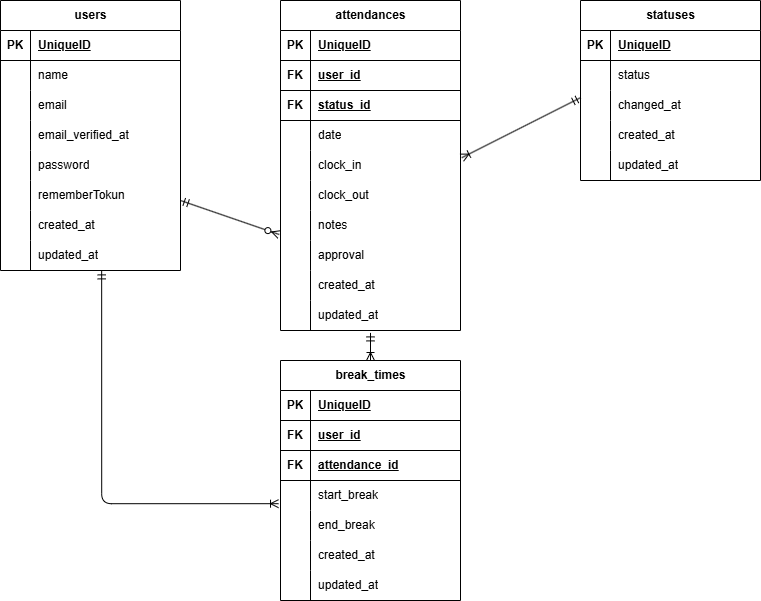
kenta-10043/attendance_management keeps this draw.io diagram as attendance.drawio.png. Above is the earlier version. Source tidied: cells renumbered, new cells last; positions are measured from the earlier drawing's top-left corner, leaving out a move shared by most shapes.
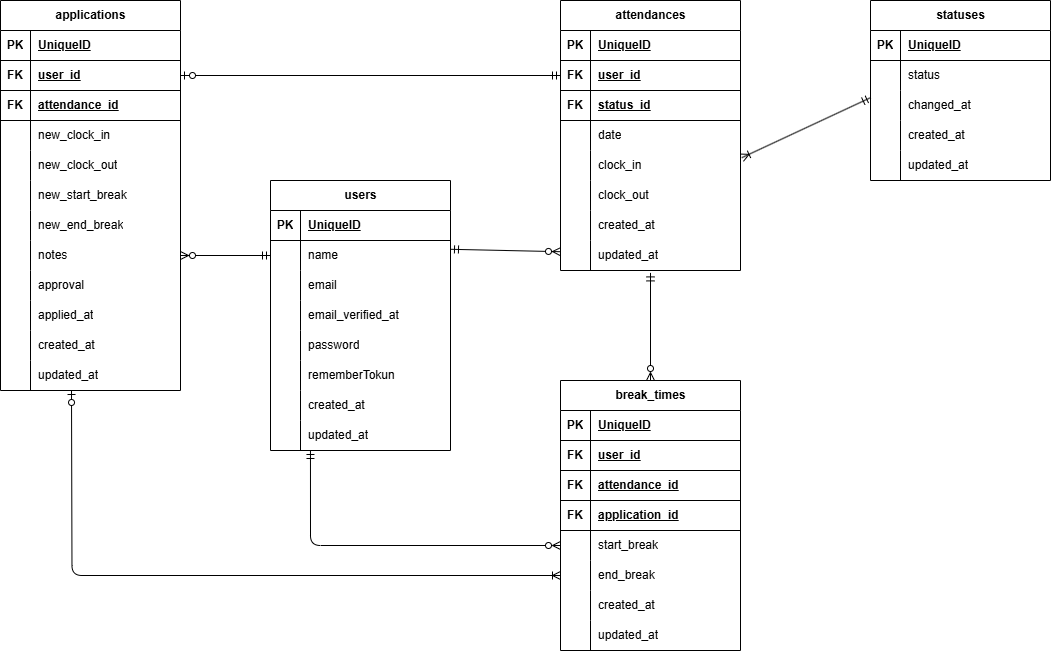
Above is the later version.

What changed in the source:
```diff
@@ -5,3 +5,3 @@
     <mxCell id="2" value="users" style="shape=table;startSize=30;rowLines=0;fontStyle=1;align=center;html=1;" parent="1" vertex="1">
-      <mxGeometry width="180" height="270" as="geometry" />
+      <mxGeometry x="210" y="180" width="180" height="270" as="geometry" />
     </mxCell>
@@ -80,3 +80,3 @@
     <mxCell id="27" value="attendances" style="shape=table;startSize=30;rowLines=0;fontStyle=1;align=center;html=1;" parent="1" vertex="1">
-      <mxGeometry x="280" width="180" height="330" as="geometry" />
+      <mxGeometry x="500" width="180" height="270" as="geometry" />
     </mxCell>
@@ -136,22 +136,4 @@
     </mxCell>
-    <mxCell id="46" style="shape=tableRow;horizontal=0;startSize=0;swimlaneHead=0;swimlaneBody=0;fillColor=none;points=[[0,0.5],[1,0.5]];portConstraint=eastwest;top=0;left=0;right=0;bottom=0;" parent="27" vertex="1">
-      <mxGeometry y="210" width="180" height="30" as="geometry" />
-    </mxCell>
-    <mxCell id="47" style="shape=partialRectangle;fillColor=none;top=0;left=0;bottom=0;right=0;overflow=hidden;whiteSpace=wrap;html=1;" parent="46" vertex="1">
-      <mxGeometry width="30" height="30" as="geometry" />
-    </mxCell>
-    <mxCell id="48" value="notes" style="shape=partialRectangle;fillColor=none;top=0;left=0;bottom=0;right=0;align=left;spacingLeft=6;overflow=hidden;whiteSpace=wrap;html=1;" parent="46" vertex="1">
-      <mxGeometry x="30" width="150" height="30" as="geometry" />
-    </mxCell>
-    <mxCell id="49" style="shape=tableRow;horizontal=0;startSize=0;swimlaneHead=0;swimlaneBody=0;fillColor=none;points=[[0,0.5],[1,0.5]];portConstraint=eastwest;top=0;left=0;right=0;bottom=0;" parent="27" vertex="1">
-      <mxGeometry y="240" width="180" height="30" as="geometry" />
-    </mxCell>
-    <mxCell id="50" style="shape=partialRectangle;fillColor=none;top=0;left=0;bottom=0;right=0;overflow=hidden;whiteSpace=wrap;html=1;" parent="49" vertex="1">
-      <mxGeometry width="30" height="30" as="geometry" />
-    </mxCell>
-    <mxCell id="51" value="approval" style="shape=partialRectangle;fillColor=none;top=0;left=0;bottom=0;right=0;align=left;spacingLeft=6;overflow=hidden;whiteSpace=wrap;html=1;" parent="49" vertex="1">
-      <mxGeometry x="30" width="150" height="30" as="geometry" />
-    </mxCell>
     <mxCell id="52" style="shape=tableRow;horizontal=0;startSize=0;swimlaneHead=0;swimlaneBody=0;fillColor=none;top=0;left=0;right=0;bottom=0;" parent="27" vertex="1">
-      <mxGeometry y="270" width="180" height="30" as="geometry" />
+      <mxGeometry y="210" width="180" height="30" as="geometry" />
     </mxCell>
@@ -164,3 +146,3 @@
     <mxCell id="55" style="shape=tableRow;horizontal=0;startSize=0;swimlaneHead=0;swimlaneBody=0;fillColor=none;points=[[0,0.5],[1,0.5]];portConstraint=eastwest;top=0;left=0;right=0;bottom=0;" parent="27" vertex="1">
-      <mxGeometry y="300" width="180" height="30" as="geometry" />
+      <mxGeometry y="240" width="180" height="30" as="geometry" />
     </mxCell>
@@ -173,3 +155,3 @@
     <mxCell id="58" value="break_times" style="shape=table;startSize=30;rowLines=0;fontStyle=1;align=center;html=1;" parent="1" vertex="1">
-      <mxGeometry x="280" y="360" width="180" height="240" as="geometry" />
+      <mxGeometry x="500" y="380" width="180" height="270" as="geometry" />
     </mxCell>
@@ -193,4 +175,13 @@
     </mxCell>
+    <mxCell id="100" style="shape=tableRow;horizontal=0;startSize=0;swimlaneHead=0;swimlaneBody=0;fillColor=none;top=0;left=0;right=0;bottom=1;" parent="58" vertex="1">
+      <mxGeometry y="90" width="180" height="30" as="geometry" />
+    </mxCell>
+    <mxCell id="101" value="FK" style="shape=partialRectangle;fillColor=none;top=0;left=0;bottom=0;right=0;fontStyle=1;overflow=hidden;whiteSpace=wrap;html=1;" parent="100" vertex="1">
+      <mxGeometry width="30" height="30" as="geometry" />
+    </mxCell>
+    <mxCell id="102" value="attendance_id" style="shape=partialRectangle;fillColor=none;top=0;left=0;bottom=0;right=0;align=left;spacingLeft=6;fontStyle=5;overflow=hidden;whiteSpace=wrap;html=1;" parent="100" vertex="1">
+      <mxGeometry x="30" width="150" height="30" as="geometry" />
+    </mxCell>
     <mxCell id="65" style="shape=tableRow;horizontal=0;startSize=0;swimlaneHead=0;swimlaneBody=0;fillColor=none;top=0;left=0;right=0;bottom=1;" parent="58" vertex="1">
-      <mxGeometry y="90" width="180" height="30" as="geometry" />
+      <mxGeometry y="120" width="180" height="30" as="geometry" />
     </mxCell>
@@ -199,3 +190,3 @@
     </mxCell>
-    <mxCell id="67" value="attendance_id" style="shape=partialRectangle;fillColor=none;top=0;left=0;bottom=0;right=0;align=left;spacingLeft=6;fontStyle=5;overflow=hidden;whiteSpace=wrap;html=1;" parent="65" vertex="1">
+    <mxCell id="67" value="application_id" style="shape=partialRectangle;fillColor=none;top=0;left=0;bottom=0;right=0;align=left;spacingLeft=6;fontStyle=5;overflow=hidden;whiteSpace=wrap;html=1;" parent="65" vertex="1">
       <mxGeometry x="30" width="150" height="30" as="geometry" />
@@ -203,3 +194,3 @@
     <mxCell id="68" style="shape=tableRow;horizontal=0;startSize=0;swimlaneHead=0;swimlaneBody=0;fillColor=none;points=[[0,0.5],[1,0.5]];portConstraint=eastwest;top=0;left=0;right=0;bottom=0;" parent="58" vertex="1">
-      <mxGeometry y="120" width="180" height="30" as="geometry" />
+      <mxGeometry y="150" width="180" height="30" as="geometry" />
     </mxCell>
@@ -212,3 +203,3 @@
     <mxCell id="71" style="shape=tableRow;horizontal=0;startSize=0;swimlaneHead=0;swimlaneBody=0;fillColor=none;points=[[0,0.5],[1,0.5]];portConstraint=eastwest;top=0;left=0;right=0;bottom=0;" parent="58" vertex="1">
-      <mxGeometry y="150" width="180" height="30" as="geometry" />
+      <mxGeometry y="180" width="180" height="30" as="geometry" />
     </mxCell>
@@ -221,3 +212,3 @@
     <mxCell id="74" style="shape=tableRow;horizontal=0;startSize=0;swimlaneHead=0;swimlaneBody=0;fillColor=none;top=0;left=0;right=0;bottom=0;" parent="58" vertex="1">
-      <mxGeometry y="180" width="180" height="30" as="geometry" />
+      <mxGeometry y="210" width="180" height="30" as="geometry" />
     </mxCell>
@@ -230,3 +221,3 @@
     <mxCell id="77" style="shape=tableRow;horizontal=0;startSize=0;swimlaneHead=0;swimlaneBody=0;fillColor=none;top=0;left=0;right=0;bottom=0;" parent="58" vertex="1">
-      <mxGeometry y="210" width="180" height="30" as="geometry" />
+      <mxGeometry y="240" width="180" height="30" as="geometry" />
     </mxCell>
@@ -239,3 +230,3 @@
     <mxCell id="80" value="statuses" style="shape=table;startSize=30;rowLines=0;fontStyle=1;align=center;html=1;" parent="1" vertex="1">
-      <mxGeometry x="580" width="180" height="180" as="geometry" />
+      <mxGeometry x="810" width="180" height="180" as="geometry" />
     </mxCell>
@@ -286,11 +277,11 @@
     </mxCell>
-    <mxCell id="96" style="fontSize=12;html=1;endArrow=ERoneToMany;startArrow=ERmandOne;entryX=0.5;entryY=0;entryDx=0;entryDy=0;exitX=0.5;exitY=1.08;exitDx=0;exitDy=0;exitPerimeter=0;" parent="1" edge="1" source="55" target="58">
+    <mxCell id="96" style="fontSize=12;html=1;endArrow=ERzeroToMany;startArrow=ERmandOne;entryX=0.5;entryY=0;entryDx=0;entryDy=0;exitX=0.5;exitY=1.08;exitDx=0;exitDy=0;exitPerimeter=0;endFill=0;" parent="1" edge="1" source="55" target="58">
       <mxGeometry relative="1" as="geometry" />
     </mxCell>
-    <mxCell id="97" style="fontSize=12;html=1;endArrow=ERoneToMany;startArrow=ERmandOne;exitX=0.562;exitY=1.013;exitDx=0;exitDy=0;exitPerimeter=0;edgeStyle=orthogonalEdgeStyle;entryX=-0.011;entryY=0.773;entryDx=0;entryDy=0;entryPerimeter=0;" parent="1" edge="1" source="24" target="68">
+    <mxCell id="97" style="fontSize=12;html=1;endArrow=ERzeroToMany;startArrow=ERmandOne;exitX=0.222;exitY=1;exitDx=0;exitDy=0;exitPerimeter=0;edgeStyle=orthogonalEdgeStyle;endFill=0;entryX=0;entryY=0.5;entryDx=0;entryDy=0;" parent="1" edge="1" source="24" target="68">
       <mxGeometry relative="1" as="geometry" />
     </mxCell>
-    <mxCell id="98" style="fontSize=12;html=1;endArrow=ERzeroToMany;startArrow=ERmandOne;entryX=-0.007;entryY=0.8;entryDx=0;entryDy=0;entryPerimeter=0;" parent="1" edge="1" target="46">
+    <mxCell id="98" style="fontSize=12;html=1;endArrow=ERzeroToMany;startArrow=ERmandOne;entryX=-0.007;entryY=0.8;entryDx=0;entryDy=0;entryPerimeter=0;exitX=1;exitY=0.293;exitDx=0;exitDy=0;exitPerimeter=0;" parent="1" edge="1" source="6">
       <mxGeometry relative="1" as="geometry">
-        <mxPoint x="180" y="200" as="sourcePoint" />
+        <mxPoint x="500" y="251.2" as="targetPoint" />
       </mxGeometry>
@@ -300,2 +291,124 @@
     </mxCell>
+    <mxCell id="103" value="applications" style="shape=table;startSize=30;rowLines=0;fontStyle=1;align=center;html=1;" parent="1" vertex="1">
+      <mxGeometry x="-60" width="180" height="390" as="geometry" />
+    </mxCell>
+    <mxCell id="104" style="shape=tableRow;horizontal=0;startSize=0;swimlaneHead=0;swimlaneBody=0;fillColor=none;top=0;left=0;right=0;bottom=1;" parent="103" vertex="1">
+      <mxGeometry y="30" width="180" height="30" as="geometry" />
+    </mxCell>
+    <mxCell id="105" value="PK" style="shape=partialRectangle;fillColor=none;top=0;left=0;bottom=0;right=0;fontStyle=1;overflow=hidden;whiteSpace=wrap;html=1;" parent="104" vertex="1">
+      <mxGeometry width="30" height="30" as="geometry" />
+    </mxCell>
+    <mxCell id="106" value="UniqueID" style="shape=partialRectangle;fillColor=none;top=0;left=0;bottom=0;right=0;align=left;spacingLeft=6;fontStyle=5;overflow=hidden;whiteSpace=wrap;html=1;" parent="104" vertex="1">
+      <mxGeometry x="30" width="150" height="30" as="geometry" />
+    </mxCell>
+    <mxCell id="107" style="shape=tableRow;horizontal=0;startSize=0;swimlaneHead=0;swimlaneBody=0;fillColor=none;points=[[0,0.5],[1,0.5]];portConstraint=eastwest;top=0;left=0;right=0;bottom=1;" parent="103" vertex="1">
+      <mxGeometry y="60" width="180" height="30" as="geometry" />
+    </mxCell>
+    <mxCell id="108" value="FK" style="shape=partialRectangle;fillColor=none;top=0;left=0;bottom=0;right=0;fontStyle=1;overflow=hidden;whiteSpace=wrap;html=1;" parent="107" vertex="1">
+      <mxGeometry width="30" height="30" as="geometry" />
+    </mxCell>
+    <mxCell id="109" value="user_id" style="shape=partialRectangle;fillColor=none;top=0;left=0;bottom=0;right=0;align=left;spacingLeft=6;fontStyle=5;overflow=hidden;whiteSpace=wrap;html=1;" parent="107" vertex="1">
+      <mxGeometry x="30" width="150" height="30" as="geometry" />
+    </mxCell>
+    <mxCell id="110" style="shape=tableRow;horizontal=0;startSize=0;swimlaneHead=0;swimlaneBody=0;fillColor=none;top=0;left=0;right=0;bottom=1;" parent="103" vertex="1">
+      <mxGeometry y="90" width="180" height="30" as="geometry" />
+    </mxCell>
+    <mxCell id="111" value="FK" style="shape=partialRectangle;fillColor=none;top=0;left=0;bottom=0;right=0;fontStyle=1;overflow=hidden;whiteSpace=wrap;html=1;" parent="110" vertex="1">
+      <mxGeometry width="30" height="30" as="geometry" />
+    </mxCell>
+    <mxCell id="112" value="attendance_id" style="shape=partialRectangle;fillColor=none;top=0;left=0;bottom=0;right=0;align=left;spacingLeft=6;fontStyle=5;overflow=hidden;whiteSpace=wrap;html=1;" parent="110" vertex="1">
+      <mxGeometry x="30" width="150" height="30" as="geometry" />
+    </mxCell>
+    <mxCell id="113" style="shape=tableRow;horizontal=0;startSize=0;swimlaneHead=0;swimlaneBody=0;fillColor=none;top=0;left=0;right=0;bottom=0;" parent="103" vertex="1">
+      <mxGeometry y="120" width="180" height="30" as="geometry" />
+    </mxCell>
+    <mxCell id="114" style="shape=partialRectangle;fillColor=none;top=0;left=0;bottom=0;right=0;overflow=hidden;whiteSpace=wrap;html=1;" parent="113" vertex="1">
+      <mxGeometry width="30" height="30" as="geometry" />
+    </mxCell>
+    <mxCell id="115" value="new_clock_in" style="shape=partialRectangle;fillColor=none;top=0;left=0;bottom=0;right=0;align=left;spacingLeft=6;overflow=hidden;whiteSpace=wrap;html=1;" parent="113" vertex="1">
+      <mxGeometry x="30" width="150" height="30" as="geometry" />
+    </mxCell>
+    <mxCell id="116" style="shape=tableRow;horizontal=0;startSize=0;swimlaneHead=0;swimlaneBody=0;fillColor=none;top=0;left=0;right=0;bottom=0;" parent="103" vertex="1">
+      <mxGeometry y="150" width="180" height="30" as="geometry" />
+    </mxCell>
+    <mxCell id="117" style="shape=partialRectangle;fillColor=none;top=0;left=0;bottom=0;right=0;overflow=hidden;whiteSpace=wrap;html=1;" parent="116" vertex="1">
+      <mxGeometry width="30" height="30" as="geometry" />
+    </mxCell>
+    <mxCell id="118" value="new_clock_out" style="shape=partialRectangle;fillColor=none;top=0;left=0;bottom=0;right=0;align=left;spacingLeft=6;overflow=hidden;whiteSpace=wrap;html=1;" parent="116" vertex="1">
+      <mxGeometry x="30" width="150" height="30" as="geometry" />
+    </mxCell>
+    <mxCell id="119" style="shape=tableRow;horizontal=0;startSize=0;swimlaneHead=0;swimlaneBody=0;fillColor=none;top=0;left=0;right=0;bottom=0;" parent="103" vertex="1">
+      <mxGeometry y="180" width="180" height="30" as="geometry" />
+    </mxCell>
+    <mxCell id="120" style="shape=partialRectangle;fillColor=none;top=0;left=0;bottom=0;right=0;overflow=hidden;whiteSpace=wrap;html=1;" parent="119" vertex="1">
+      <mxGeometry width="30" height="30" as="geometry" />
+    </mxCell>
+    <mxCell id="121" value="new_start_break" style="shape=partialRectangle;fillColor=none;top=0;left=0;bottom=0;right=0;align=left;spacingLeft=6;overflow=hidden;whiteSpace=wrap;html=1;" parent="119" vertex="1">
+      <mxGeometry x="30" width="150" height="30" as="geometry" />
+    </mxCell>
+    <mxCell id="46" style="shape=tableRow;horizontal=0;startSize=0;swimlaneHead=0;swimlaneBody=0;fillColor=none;points=[[0,0.5],[1,0.5]];portConstraint=eastwest;top=0;left=0;right=0;bottom=0;" parent="103" vertex="1">
+      <mxGeometry y="210" width="180" height="30" as="geometry" />
+    </mxCell>
+    <mxCell id="122" style="shape=partialRectangle;fillColor=none;top=0;left=0;bottom=0;right=0;overflow=hidden;whiteSpace=wrap;html=1;" parent="46" vertex="1">
+      <mxGeometry width="30" height="30" as="geometry" />
+    </mxCell>
+    <mxCell id="123" value="new_end_break" style="shape=partialRectangle;fillColor=none;top=0;left=0;bottom=0;right=0;align=left;spacingLeft=6;overflow=hidden;whiteSpace=wrap;html=1;" parent="46" vertex="1">
+      <mxGeometry x="30" width="150" height="30" as="geometry" />
+    </mxCell>
+    <mxCell id="49" style="shape=tableRow;horizontal=0;startSize=0;swimlaneHead=0;swimlaneBody=0;fillColor=none;points=[[0,0.5],[1,0.5]];portConstraint=eastwest;top=0;left=0;right=0;bottom=0;" parent="103" vertex="1">
+      <mxGeometry y="240" width="180" height="30" as="geometry" />
+    </mxCell>
+    <mxCell id="124" style="shape=partialRectangle;fillColor=none;top=0;left=0;bottom=0;right=0;overflow=hidden;whiteSpace=wrap;html=1;" parent="49" vertex="1">
+      <mxGeometry width="30" height="30" as="geometry" />
+    </mxCell>
+    <mxCell id="48" value="notes" style="shape=partialRectangle;fillColor=none;top=0;left=0;bottom=0;right=0;align=left;spacingLeft=6;overflow=hidden;whiteSpace=wrap;html=1;" parent="49" vertex="1">
+      <mxGeometry x="30" width="150" height="30" as="geometry" />
+    </mxCell>
+    <mxCell id="125" style="shape=tableRow;horizontal=0;startSize=0;swimlaneHead=0;swimlaneBody=0;fillColor=none;top=0;left=0;right=0;bottom=0;" parent="103" vertex="1">
+      <mxGeometry y="270" width="180" height="30" as="geometry" />
+    </mxCell>
+    <mxCell id="126" style="shape=partialRectangle;fillColor=none;top=0;left=0;bottom=0;right=0;overflow=hidden;whiteSpace=wrap;html=1;" parent="125" vertex="1">
+      <mxGeometry width="30" height="30" as="geometry" />
+    </mxCell>
+    <mxCell id="51" value="approval" style="shape=partialRectangle;fillColor=none;top=0;left=0;bottom=0;right=0;align=left;spacingLeft=6;overflow=hidden;whiteSpace=wrap;html=1;" parent="125" vertex="1">
+      <mxGeometry x="30" width="150" height="30" as="geometry" />
+    </mxCell>
+    <mxCell id="127" style="shape=tableRow;horizontal=0;startSize=0;swimlaneHead=0;swimlaneBody=0;fillColor=none;top=0;left=0;right=0;bottom=0;" parent="103" vertex="1">
+      <mxGeometry y="300" width="180" height="30" as="geometry" />
+    </mxCell>
+    <mxCell id="128" style="shape=partialRectangle;fillColor=none;top=0;left=0;bottom=0;right=0;overflow=hidden;whiteSpace=wrap;html=1;" parent="127" vertex="1">
+      <mxGeometry width="30" height="30" as="geometry" />
+    </mxCell>
+    <mxCell id="129" value="applied_at" style="shape=partialRectangle;fillColor=none;top=0;left=0;bottom=0;right=0;align=left;spacingLeft=6;overflow=hidden;whiteSpace=wrap;html=1;" parent="127" vertex="1">
+      <mxGeometry x="30" width="150" height="30" as="geometry" />
+    </mxCell>
+    <mxCell id="130" style="shape=tableRow;horizontal=0;startSize=0;swimlaneHead=0;swimlaneBody=0;fillColor=none;top=0;left=0;right=0;bottom=0;" parent="103" vertex="1">
+      <mxGeometry y="330" width="180" height="30" as="geometry" />
+    </mxCell>
+    <mxCell id="131" style="shape=partialRectangle;fillColor=none;top=0;left=0;bottom=0;right=0;overflow=hidden;whiteSpace=wrap;html=1;" parent="130" vertex="1">
+      <mxGeometry width="30" height="30" as="geometry" />
+    </mxCell>
+    <mxCell id="132" value="created_at" style="shape=partialRectangle;fillColor=none;top=0;left=0;bottom=0;right=0;align=left;spacingLeft=6;overflow=hidden;whiteSpace=wrap;html=1;" parent="130" vertex="1">
+      <mxGeometry x="30" width="150" height="30" as="geometry" />
+    </mxCell>
+    <mxCell id="133" style="shape=tableRow;horizontal=0;startSize=0;swimlaneHead=0;swimlaneBody=0;fillColor=none;top=0;left=0;right=0;bottom=0;" parent="103" vertex="1">
+      <mxGeometry y="360" width="180" height="30" as="geometry" />
+    </mxCell>
+    <mxCell id="134" style="shape=partialRectangle;fillColor=none;top=0;left=0;bottom=0;right=0;overflow=hidden;whiteSpace=wrap;html=1;" parent="133" vertex="1">
+      <mxGeometry width="30" height="30" as="geometry" />
+    </mxCell>
+    <mxCell id="135" value="updated_at" style="shape=partialRectangle;fillColor=none;top=0;left=0;bottom=0;right=0;align=left;spacingLeft=6;overflow=hidden;whiteSpace=wrap;html=1;" parent="133" vertex="1">
+      <mxGeometry x="30" width="150" height="30" as="geometry" />
+    </mxCell>
+    <mxCell id="136" style="fontSize=12;html=1;endArrow=ERzeroToOne;startArrow=ERmandOne;entryX=1;entryY=0.5;entryDx=0;entryDy=0;exitX=0;exitY=0.5;exitDx=0;exitDy=0;endFill=0;" parent="1" edge="1" source="31" target="107">
+      <mxGeometry relative="1" as="geometry" />
+    </mxCell>
+    <mxCell id="137" style="fontSize=12;html=1;endArrow=ERzeroToMany;startArrow=ERmandOne;entryX=1;entryY=0.5;entryDx=0;entryDy=0;exitX=0;exitY=0.5;exitDx=0;exitDy=0;" parent="1" edge="1" source="6" target="49">
+      <mxGeometry relative="1" as="geometry" />
+    </mxCell>
+    <mxCell id="138" style="fontSize=12;html=1;endArrow=ERoneToMany;startArrow=ERzeroToOne;edgeStyle=orthogonalEdgeStyle;entryX=0;entryY=0.5;entryDx=0;entryDy=0;startFill=0;" parent="1" edge="1" target="71">
+      <mxGeometry relative="1" as="geometry">
+        <mxPoint x="11" y="390" as="sourcePoint" />
+      </mxGeometry>
+    </mxCell>
   </root>
```
